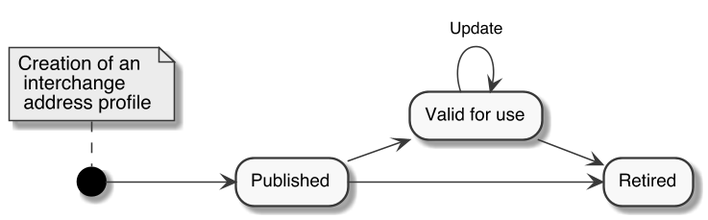
CalConnect/csd-digital-addresses keeps this PlantUML diagram as images/AddressProfileLifeCycle.png. Above is the earlier version.
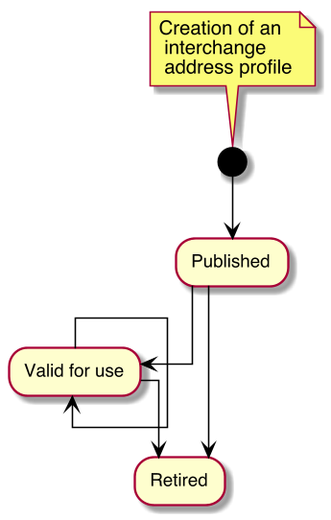
The same diagram one commit later.

The edit, as a diff of the source:
```diff
@@ -1,39 +1,44 @@
-@startuml AddressProfileLifeCycle
+@startuml
 
-left to right direction
-skinparam classAttributeIconSize 0
+
 skinparam Dpi 150
-skinparam Monochrome true
-skinparam LineType polyline
-skinparam nodesep 30
-skinparam ranksep 40
+skinparam Monochrome false
+skinparam LineType ortho
 hide circle
 skinparam Default {
-TextAlignment center
-FontName Helvetica
+  TextAlignment center
+  FontName Helvetica
 }
 skinparam Class {
-AttributeIconSize 0
-BackgroundColor White
-FontStyle bold
-StereotypeFontSize 10
+  AttributeIconSize 0
+  BackgroundColor White
+  ArrowColor Black
+  BorderColor Black
+  FontStyle bold
+  StereotypeFontSize 10
 }
 skinparam Rectangle {
-BackgroundColor White
-FontStyle bold
-FontSize 11
-StereotypeFontSize 10
+  BackgroundColor White
+  ArrowColor Black
+  BorderColor Black
+  FontStyle bold
+  FontSize 11
+  StereotypeFontSize 10
 }
 skinparam Object {
-BackgroundColor White
-FontStyle bold
-FontSize 11
-StereotypeFontSize 10
+  BackgroundColor White
+  ArrowColor Black
+  BorderColor Black
+  FontStyle bold
+  FontSize 11
+  StereotypeFontSize 10
 }
 
 skinparam Entity {
-StereotypeFontSize 10
+  StereotypeFontSize 10
 }
+
+
 
 note top: Creation of an\n interchange\n address profile
 (*) --> "Published"
```
